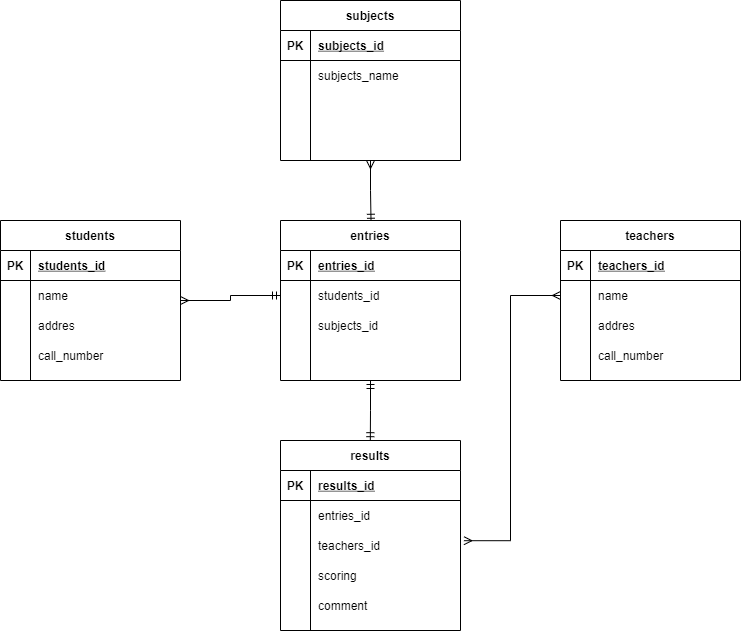
kt33m21/20211018murakami keeps this draw.io diagram as test..drawio.png. Above is the earlier version. Source tidied: cells renumbered, new cells last; positions are measured from the earlier drawing's top-left corner, leaving out a move shared by most shapes. Its diagram source:
```xml
<mxGraphModel>
  <root>
    <mxCell id="0" />
    <mxCell id="1" parent="0" />
    <mxCell id="2" style="edgeStyle=orthogonalEdgeStyle;rounded=0;jettySize=auto;html=1;entryX=0.503;entryY=0.011;entryDx=0;entryDy=0;entryPerimeter=0;startArrow=ERmany;startFill=0;endArrow=ERmandOne;endFill=0;" parent="1" edge="1" source="3" target="31">
      <mxGeometry relative="1" as="geometry" />
    </mxCell>
    <mxCell id="3" value="subjects" style="shape=table;startSize=30;rowLines=0;fontStyle=1;align=center;" parent="1" vertex="1">
      <mxGeometry x="280" width="180" height="160" as="geometry" />
    </mxCell>
    <mxCell id="4" style="shape=partialRectangle;fillColor=none;top=0;left=0;bottom=1;right=0;" parent="3" vertex="1">
      <mxGeometry y="30" width="180" height="30" as="geometry" />
    </mxCell>
    <mxCell id="5" value="PK" style="shape=partialRectangle;fillColor=none;top=0;left=0;bottom=0;right=0;fontStyle=1;overflow=hidden;" parent="4" vertex="1">
      <mxGeometry width="30" height="30" as="geometry" />
    </mxCell>
    <mxCell id="6" value="subjects_id" style="shape=partialRectangle;fillColor=none;top=0;left=0;bottom=0;right=0;align=left;spacingLeft=6;fontStyle=5;overflow=hidden;" parent="4" vertex="1">
      <mxGeometry x="30" width="150" height="30" as="geometry" />
    </mxCell>
    <mxCell id="7" style="shape=partialRectangle;fillColor=none;top=0;left=0;bottom=0;right=0;" parent="3" vertex="1">
      <mxGeometry y="60" width="180" height="30" as="geometry" />
    </mxCell>
    <mxCell id="8" style="shape=partialRectangle;fillColor=none;top=0;left=0;bottom=0;right=0;overflow=hidden;" parent="7" vertex="1">
      <mxGeometry width="30" height="30" as="geometry" />
    </mxCell>
    <mxCell id="9" value="subjects_name" style="shape=partialRectangle;fillColor=none;top=0;left=0;bottom=0;right=0;align=left;spacingLeft=6;overflow=hidden;" parent="7" vertex="1">
      <mxGeometry x="30" width="150" height="30" as="geometry" />
    </mxCell>
    <mxCell id="10" style="shape=partialRectangle;fillColor=none;top=0;left=0;bottom=0;right=0;" parent="3" vertex="1">
      <mxGeometry y="90" width="180" height="30" as="geometry" />
    </mxCell>
    <mxCell id="11" style="shape=partialRectangle;fillColor=none;top=0;left=0;bottom=0;right=0;overflow=hidden;" parent="10" vertex="1">
      <mxGeometry width="30" height="30" as="geometry" />
    </mxCell>
    <mxCell id="12" style="shape=partialRectangle;fillColor=none;top=0;left=0;bottom=0;right=0;align=left;spacingLeft=6;overflow=hidden;" parent="10" vertex="1">
      <mxGeometry x="30" width="150" height="30" as="geometry" />
    </mxCell>
    <mxCell id="13" style="shape=partialRectangle;fillColor=none;top=0;left=0;bottom=0;right=0;" parent="3" vertex="1">
      <mxGeometry y="120" width="180" height="30" as="geometry" />
    </mxCell>
    <mxCell id="14" style="shape=partialRectangle;fillColor=none;top=0;left=0;bottom=0;right=0;overflow=hidden;" parent="13" vertex="1">
      <mxGeometry width="30" height="30" as="geometry" />
    </mxCell>
    <mxCell id="15" style="shape=partialRectangle;fillColor=none;top=0;left=0;bottom=0;right=0;align=left;spacingLeft=6;overflow=hidden;" parent="13" vertex="1">
      <mxGeometry x="30" width="150" height="30" as="geometry" />
    </mxCell>
    <mxCell id="16" style="edgeStyle=orthogonalEdgeStyle;rounded=0;jettySize=auto;html=1;startArrow=ERmany;startFill=0;endArrow=ERmandOne;endFill=0;" parent="1" edge="1" source="17" target="35">
      <mxGeometry relative="1" as="geometry" />
    </mxCell>
    <mxCell id="17" value="students" style="shape=table;startSize=30;rowLines=0;fontStyle=1;align=center;" parent="1" vertex="1">
      <mxGeometry y="220" width="180" height="160" as="geometry" />
    </mxCell>
    <mxCell id="18" style="shape=partialRectangle;fillColor=none;top=0;left=0;bottom=1;right=0;" parent="17" vertex="1">
      <mxGeometry y="30" width="180" height="30" as="geometry" />
    </mxCell>
    <mxCell id="19" value="PK" style="shape=partialRectangle;fillColor=none;top=0;left=0;bottom=0;right=0;fontStyle=1;overflow=hidden;" parent="18" vertex="1">
      <mxGeometry width="30" height="30" as="geometry" />
    </mxCell>
    <mxCell id="20" value="students_id" style="shape=partialRectangle;fillColor=none;top=0;left=0;bottom=0;right=0;align=left;spacingLeft=6;fontStyle=5;overflow=hidden;" parent="18" vertex="1">
      <mxGeometry x="30" width="150" height="30" as="geometry" />
    </mxCell>
    <mxCell id="21" style="shape=partialRectangle;fillColor=none;top=0;left=0;bottom=0;right=0;" parent="17" vertex="1">
      <mxGeometry y="60" width="180" height="30" as="geometry" />
    </mxCell>
    <mxCell id="22" style="shape=partialRectangle;fillColor=none;top=0;left=0;bottom=0;right=0;overflow=hidden;" parent="21" vertex="1">
      <mxGeometry width="30" height="30" as="geometry" />
    </mxCell>
    <mxCell id="23" value="name" style="shape=partialRectangle;fillColor=none;top=0;left=0;bottom=0;right=0;align=left;spacingLeft=6;overflow=hidden;" parent="21" vertex="1">
      <mxGeometry x="30" width="150" height="30" as="geometry" />
    </mxCell>
    <mxCell id="24" style="shape=partialRectangle;fillColor=none;top=0;left=0;bottom=0;right=0;" parent="17" vertex="1">
      <mxGeometry y="90" width="180" height="30" as="geometry" />
    </mxCell>
    <mxCell id="25" style="shape=partialRectangle;fillColor=none;top=0;left=0;bottom=0;right=0;overflow=hidden;" parent="24" vertex="1">
      <mxGeometry width="30" height="30" as="geometry" />
    </mxCell>
    <mxCell id="26" value="addres" style="shape=partialRectangle;fillColor=none;top=0;left=0;bottom=0;right=0;align=left;spacingLeft=6;overflow=hidden;" parent="24" vertex="1">
      <mxGeometry x="30" width="150" height="30" as="geometry" />
    </mxCell>
    <mxCell id="27" style="shape=partialRectangle;fillColor=none;top=0;left=0;bottom=0;right=0;" parent="17" vertex="1">
      <mxGeometry y="120" width="180" height="30" as="geometry" />
    </mxCell>
    <mxCell id="28" style="shape=partialRectangle;fillColor=none;top=0;left=0;bottom=0;right=0;overflow=hidden;" parent="27" vertex="1">
      <mxGeometry width="30" height="30" as="geometry" />
    </mxCell>
    <mxCell id="29" value="call_number" style="shape=partialRectangle;fillColor=none;top=0;left=0;bottom=0;right=0;align=left;spacingLeft=6;overflow=hidden;" parent="27" vertex="1">
      <mxGeometry x="30" width="150" height="30" as="geometry" />
    </mxCell>
    <mxCell id="30" style="edgeStyle=orthogonalEdgeStyle;rounded=0;jettySize=auto;html=1;entryX=0.499;entryY=0.001;entryDx=0;entryDy=0;entryPerimeter=0;startArrow=ERmandOne;startFill=0;endArrow=ERmandOne;endFill=0;" parent="1" edge="1" source="31" target="44">
      <mxGeometry relative="1" as="geometry" />
    </mxCell>
    <mxCell id="31" value="entries" style="shape=table;startSize=30;rowLines=0;fontStyle=1;align=center;" parent="1" vertex="1">
      <mxGeometry x="280" y="220" width="180" height="160" as="geometry" />
    </mxCell>
    <mxCell id="32" style="shape=partialRectangle;fillColor=none;top=0;left=0;bottom=1;right=0;" parent="31" vertex="1">
      <mxGeometry y="30" width="180" height="30" as="geometry" />
    </mxCell>
    <mxCell id="33" value="PK" style="shape=partialRectangle;fillColor=none;top=0;left=0;bottom=0;right=0;fontStyle=1;overflow=hidden;" parent="32" vertex="1">
      <mxGeometry width="30" height="30" as="geometry" />
    </mxCell>
    <mxCell id="34" value="entries_id" style="shape=partialRectangle;fillColor=none;top=0;left=0;bottom=0;right=0;align=left;spacingLeft=6;fontStyle=5;overflow=hidden;" parent="32" vertex="1">
      <mxGeometry x="30" width="150" height="30" as="geometry" />
    </mxCell>
    <mxCell id="35" style="shape=partialRectangle;fillColor=none;top=0;left=0;bottom=0;right=0;points=[[0,0.5],[1,0.5]];portConstraint=eastwest;" parent="31" vertex="1">
      <mxGeometry y="60" width="180" height="30" as="geometry" />
    </mxCell>
    <mxCell id="36" style="shape=partialRectangle;fillColor=none;top=0;left=0;bottom=0;right=0;overflow=hidden;" parent="35" vertex="1">
      <mxGeometry width="30" height="30" as="geometry" />
    </mxCell>
    <mxCell id="37" value="students_id" style="shape=partialRectangle;fillColor=none;top=0;left=0;bottom=0;right=0;align=left;spacingLeft=6;overflow=hidden;" parent="35" vertex="1">
      <mxGeometry x="30" width="150" height="30" as="geometry" />
    </mxCell>
    <mxCell id="38" style="shape=partialRectangle;fillColor=none;top=0;left=0;bottom=0;right=0;" parent="31" vertex="1">
      <mxGeometry y="90" width="180" height="30" as="geometry" />
    </mxCell>
    <mxCell id="39" style="shape=partialRectangle;fillColor=none;top=0;left=0;bottom=0;right=0;overflow=hidden;" parent="38" vertex="1">
      <mxGeometry width="30" height="30" as="geometry" />
    </mxCell>
    <mxCell id="40" value="subjects_id" style="shape=partialRectangle;fillColor=none;top=0;left=0;bottom=0;right=0;align=left;spacingLeft=6;overflow=hidden;" parent="38" vertex="1">
      <mxGeometry x="30" width="150" height="30" as="geometry" />
    </mxCell>
    <mxCell id="41" style="shape=partialRectangle;fillColor=none;top=0;left=0;bottom=0;right=0;" parent="31" vertex="1">
      <mxGeometry y="120" width="180" height="30" as="geometry" />
    </mxCell>
    <mxCell id="42" style="shape=partialRectangle;fillColor=none;top=0;left=0;bottom=0;right=0;overflow=hidden;" parent="41" vertex="1">
      <mxGeometry width="30" height="30" as="geometry" />
    </mxCell>
    <mxCell id="43" style="shape=partialRectangle;fillColor=none;top=0;left=0;bottom=0;right=0;align=left;spacingLeft=6;overflow=hidden;" parent="41" vertex="1">
      <mxGeometry x="30" width="150" height="30" as="geometry" />
    </mxCell>
    <mxCell id="44" value="results" style="shape=table;startSize=30;rowLines=0;fontStyle=1;align=center;" parent="1" vertex="1">
      <mxGeometry x="280" y="440" width="180" height="190" as="geometry" />
    </mxCell>
    <mxCell id="45" style="shape=partialRectangle;fillColor=none;top=0;left=0;bottom=1;right=0;" parent="44" vertex="1">
      <mxGeometry y="30" width="180" height="30" as="geometry" />
    </mxCell>
    <mxCell id="46" value="PK" style="shape=partialRectangle;fillColor=none;top=0;left=0;bottom=0;right=0;fontStyle=1;overflow=hidden;" parent="45" vertex="1">
      <mxGeometry width="30" height="30" as="geometry" />
    </mxCell>
    <mxCell id="47" value="results_id" style="shape=partialRectangle;fillColor=none;top=0;left=0;bottom=0;right=0;align=left;spacingLeft=6;fontStyle=5;overflow=hidden;" parent="45" vertex="1">
      <mxGeometry x="30" width="150" height="30" as="geometry" />
    </mxCell>
    <mxCell id="48" style="shape=partialRectangle;fillColor=none;top=0;left=0;bottom=0;right=0;" parent="44" vertex="1">
      <mxGeometry y="60" width="180" height="30" as="geometry" />
    </mxCell>
    <mxCell id="49" style="shape=partialRectangle;fillColor=none;top=0;left=0;bottom=0;right=0;overflow=hidden;" parent="48" vertex="1">
      <mxGeometry width="30" height="30" as="geometry" />
    </mxCell>
    <mxCell id="50" value="entries_id" style="shape=partialRectangle;fillColor=none;top=0;left=0;bottom=0;right=0;align=left;spacingLeft=6;overflow=hidden;" parent="48" vertex="1">
      <mxGeometry x="30" width="150" height="30" as="geometry" />
    </mxCell>
    <mxCell id="51" style="shape=partialRectangle;fillColor=none;top=0;left=0;bottom=0;right=0;points=[[0,0.5],[1,0.5]];portConstraint=eastwest;" parent="44" vertex="1">
      <mxGeometry y="90" width="180" height="30" as="geometry" />
    </mxCell>
    <mxCell id="52" style="shape=partialRectangle;fillColor=none;top=0;left=0;bottom=0;right=0;overflow=hidden;" parent="51" vertex="1">
      <mxGeometry width="30" height="30" as="geometry" />
    </mxCell>
    <mxCell id="53" value="teachers_id" style="shape=partialRectangle;fillColor=none;top=0;left=0;bottom=0;right=0;align=left;spacingLeft=6;overflow=hidden;" parent="51" vertex="1">
      <mxGeometry x="30" width="150" height="30" as="geometry" />
    </mxCell>
    <mxCell id="54" style="shape=partialRectangle;fillColor=none;top=0;left=0;bottom=0;right=0;" parent="44" vertex="1">
      <mxGeometry y="120" width="180" height="30" as="geometry" />
    </mxCell>
    <mxCell id="55" style="shape=partialRectangle;fillColor=none;top=0;left=0;bottom=0;right=0;overflow=hidden;" parent="54" vertex="1">
      <mxGeometry width="30" height="30" as="geometry" />
    </mxCell>
    <mxCell id="56" value="scoring" style="shape=partialRectangle;fillColor=none;top=0;left=0;bottom=0;right=0;align=left;spacingLeft=6;overflow=hidden;" parent="54" vertex="1">
      <mxGeometry x="30" width="150" height="30" as="geometry" />
    </mxCell>
    <mxCell id="57" style="shape=partialRectangle;fillColor=none;top=0;left=0;bottom=0;right=0;" parent="44" vertex="1">
      <mxGeometry y="150" width="180" height="30" as="geometry" />
    </mxCell>
    <mxCell id="58" style="shape=partialRectangle;fillColor=none;top=0;left=0;bottom=0;right=0;overflow=hidden;" parent="57" vertex="1">
      <mxGeometry width="30" height="30" as="geometry" />
    </mxCell>
    <mxCell id="59" value="comment" style="shape=partialRectangle;fillColor=none;top=0;left=0;bottom=0;right=0;align=left;spacingLeft=6;overflow=hidden;" parent="57" vertex="1">
      <mxGeometry x="30" width="150" height="30" as="geometry" />
    </mxCell>
    <mxCell id="60" value="teachers" style="shape=table;startSize=30;rowLines=0;fontStyle=1;align=center;" parent="1" vertex="1">
      <mxGeometry x="560" y="220" width="180" height="160" as="geometry" />
    </mxCell>
    <mxCell id="61" style="shape=partialRectangle;fillColor=none;top=0;left=0;bottom=1;right=0;" parent="60" vertex="1">
      <mxGeometry y="30" width="180" height="30" as="geometry" />
    </mxCell>
    <mxCell id="62" value="PK" style="shape=partialRectangle;fillColor=none;top=0;left=0;bottom=0;right=0;fontStyle=1;overflow=hidden;" parent="61" vertex="1">
      <mxGeometry width="30" height="30" as="geometry" />
    </mxCell>
    <mxCell id="63" value="teachers_id" style="shape=partialRectangle;fillColor=none;top=0;left=0;bottom=0;right=0;align=left;spacingLeft=6;fontStyle=5;overflow=hidden;" parent="61" vertex="1">
      <mxGeometry x="30" width="150" height="30" as="geometry" />
    </mxCell>
    <mxCell id="64" style="shape=partialRectangle;fillColor=none;top=0;left=0;bottom=0;right=0;points=[[0,0.5],[1,0.5]];portConstraint=eastwest;" parent="60" vertex="1">
      <mxGeometry y="60" width="180" height="30" as="geometry" />
    </mxCell>
    <mxCell id="65" style="shape=partialRectangle;fillColor=none;top=0;left=0;bottom=0;right=0;overflow=hidden;" parent="64" vertex="1">
      <mxGeometry width="30" height="30" as="geometry" />
    </mxCell>
    <mxCell id="66" value="name" style="shape=partialRectangle;fillColor=none;top=0;left=0;bottom=0;right=0;align=left;spacingLeft=6;overflow=hidden;" parent="64" vertex="1">
      <mxGeometry x="30" width="150" height="30" as="geometry" />
    </mxCell>
    <mxCell id="67" style="shape=partialRectangle;fillColor=none;top=0;left=0;bottom=0;right=0;" parent="60" vertex="1">
      <mxGeometry y="90" width="180" height="30" as="geometry" />
    </mxCell>
    <mxCell id="68" style="shape=partialRectangle;fillColor=none;top=0;left=0;bottom=0;right=0;overflow=hidden;" parent="67" vertex="1">
      <mxGeometry width="30" height="30" as="geometry" />
    </mxCell>
    <mxCell id="69" value="addres" style="shape=partialRectangle;fillColor=none;top=0;left=0;bottom=0;right=0;align=left;spacingLeft=6;overflow=hidden;" parent="67" vertex="1">
      <mxGeometry x="30" width="150" height="30" as="geometry" />
    </mxCell>
    <mxCell id="70" style="shape=partialRectangle;fillColor=none;top=0;left=0;bottom=0;right=0;" parent="60" vertex="1">
      <mxGeometry y="120" width="180" height="30" as="geometry" />
    </mxCell>
    <mxCell id="71" style="shape=partialRectangle;fillColor=none;top=0;left=0;bottom=0;right=0;overflow=hidden;" parent="70" vertex="1">
      <mxGeometry width="30" height="30" as="geometry" />
    </mxCell>
    <mxCell id="72" value="call_number" style="shape=partialRectangle;fillColor=none;top=0;left=0;bottom=0;right=0;align=left;spacingLeft=6;overflow=hidden;" parent="70" vertex="1">
      <mxGeometry x="30" width="150" height="30" as="geometry" />
    </mxCell>
    <mxCell id="73" style="edgeStyle=orthogonalEdgeStyle;rounded=0;jettySize=auto;html=1;entryX=1.019;entryY=0.34;entryDx=0;entryDy=0;entryPerimeter=0;startArrow=ERmany;startFill=0;endArrow=ERmany;endFill=0;" parent="1" edge="1" source="64" target="51">
      <mxGeometry relative="1" as="geometry" />
    </mxCell>
  </root>
</mxGraphModel>
```
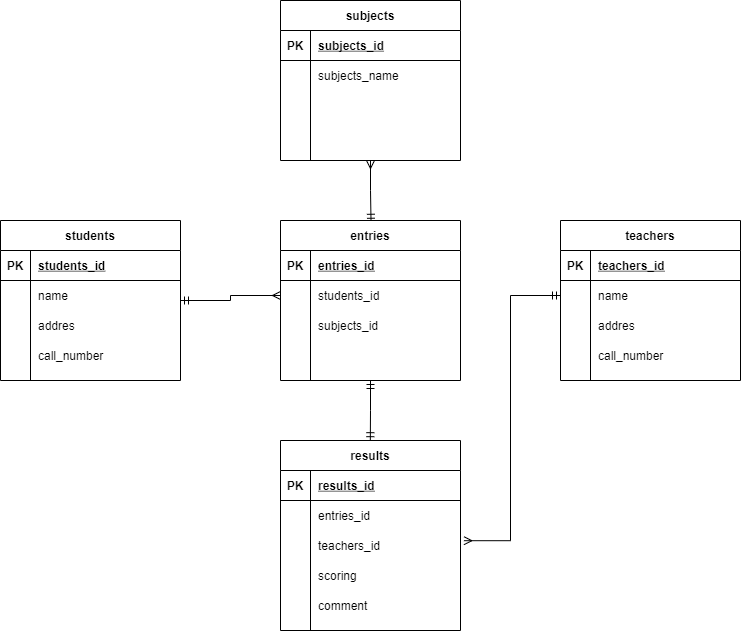
After the commit.

The edit, as a diff of the source:
```diff
@@ -44,7 +44,7 @@
     <mxCell id="15" style="shape=partialRectangle;fillColor=none;top=0;left=0;bottom=0;right=0;align=left;spacingLeft=6;overflow=hidden;" parent="13" vertex="1">
       <mxGeometry x="30" width="150" height="30" as="geometry" />
     </mxCell>
-    <mxCell id="16" style="edgeStyle=orthogonalEdgeStyle;rounded=0;jettySize=auto;html=1;startArrow=ERmany;startFill=0;endArrow=ERmandOne;endFill=0;" parent="1" edge="1" source="17" target="35">
+    <mxCell id="16" style="edgeStyle=orthogonalEdgeStyle;rounded=0;jettySize=auto;html=1;startArrow=ERmandOne;startFill=0;endArrow=ERmany;endFill=0;" parent="1" edge="1" source="17" target="35">
       <mxGeometry relative="1" as="geometry" />
     </mxCell>
     <mxCell id="17" value="students" style="shape=table;startSize=30;rowLines=0;fontStyle=1;align=center;" parent="1" vertex="1">
@@ -215,7 +215,7 @@
     <mxCell id="72" value="call_number" style="shape=partialRectangle;fillColor=none;top=0;left=0;bottom=0;right=0;align=left;spacingLeft=6;overflow=hidden;" parent="70" vertex="1">
       <mxGeometry x="30" width="150" height="30" as="geometry" />
     </mxCell>
-    <mxCell id="73" style="edgeStyle=orthogonalEdgeStyle;rounded=0;jettySize=auto;html=1;entryX=1.019;entryY=0.34;entryDx=0;entryDy=0;entryPerimeter=0;startArrow=ERmany;startFill=0;endArrow=ERmany;endFill=0;" parent="1" edge="1" source="64" target="51">
+    <mxCell id="73" style="edgeStyle=orthogonalEdgeStyle;rounded=0;jettySize=auto;html=1;entryX=1.019;entryY=0.34;entryDx=0;entryDy=0;entryPerimeter=0;startArrow=ERmandOne;startFill=0;endArrow=ERmany;endFill=0;" parent="1" edge="1" source="64" target="51">
       <mxGeometry relative="1" as="geometry" />
     </mxCell>
   </root>
```
